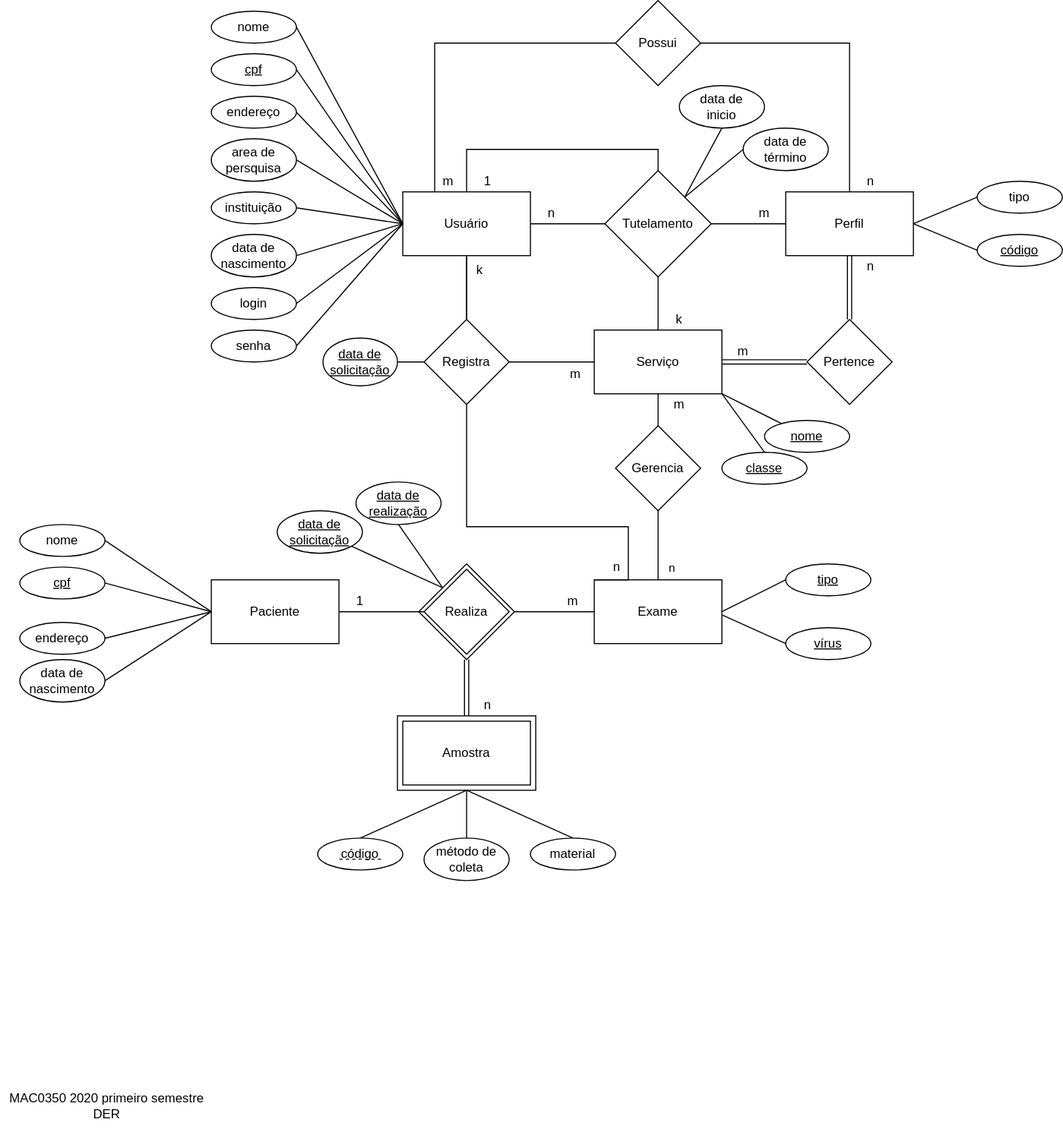
Earlier version of the draw.io export model/modelo-conceitual.svg (rodorgas/labjef). Source tidied: cells renumbered, new cells last; positions are measured from the earlier drawing's top-left corner, leaving out a move shared by most shapes.
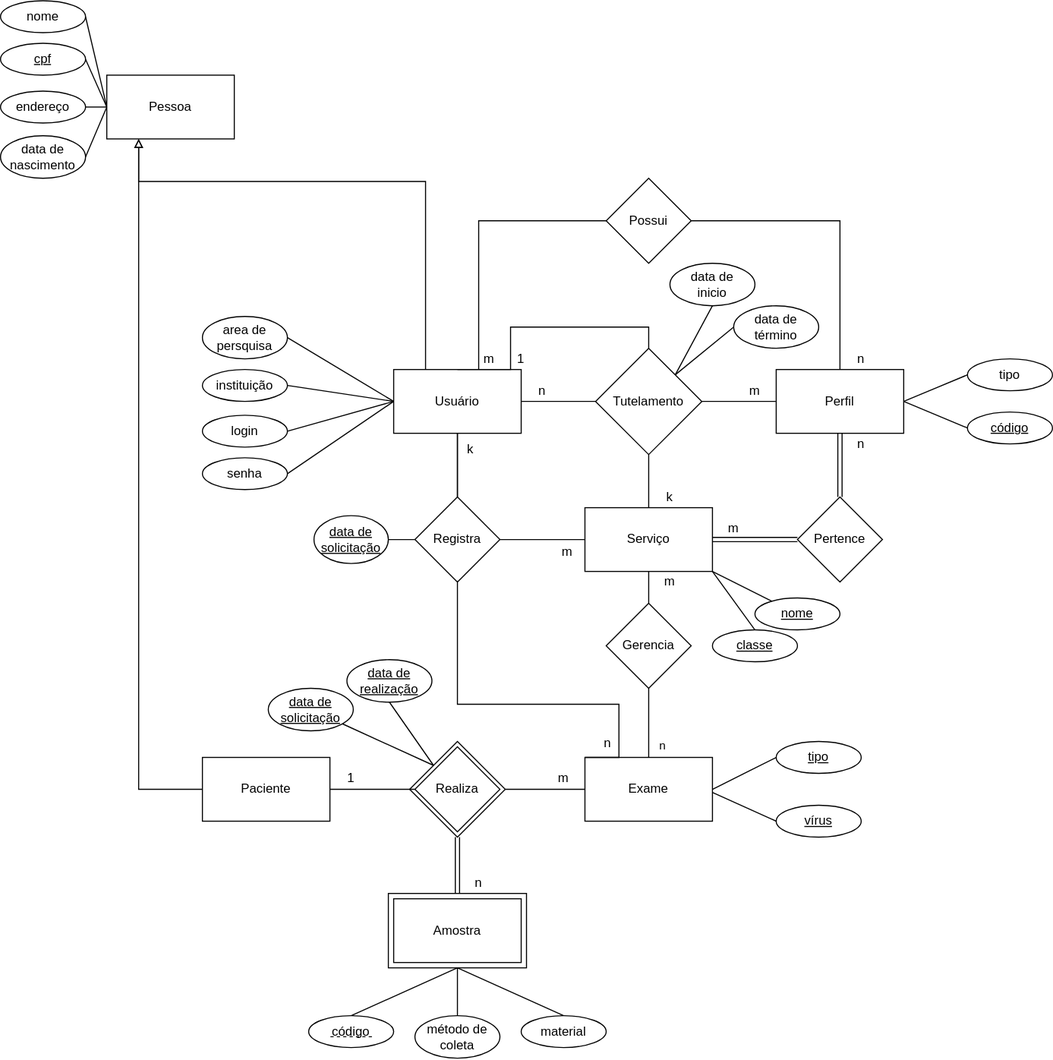
The same file after the commit.

Diff of the diagram source:
```diff
@@ -18,8 +18,21 @@
       <mxGeometry relative="1" as="geometry" />
     </mxCell>
     <mxCell id="7" style="edgeStyle=orthogonalEdgeStyle;rounded=0;jettySize=auto;html=1;exitX=0.25;exitY=0;exitDx=0;exitDy=0;entryX=0;entryY=0.5;entryDx=0;entryDy=0;endArrow=none;endFill=0;" parent="1" edge="1" source="8" target="22">
-      <mxGeometry relative="1" as="geometry" />
+      <mxGeometry relative="1" as="geometry">
+        <Array as="points">
+          <mxPoint x="458" y="180" />
+          <mxPoint x="458" y="40" />
+        </Array>
+      </mxGeometry>
     </mxCell>
+    <mxCell id="103" style="edgeStyle=orthogonalEdgeStyle;rounded=0;jettySize=auto;html=1;exitX=0.25;exitY=0;exitDx=0;exitDy=0;entryX=0.25;entryY=1;entryDx=0;entryDy=0;startArrow=none;startFill=0;endArrow=block;endFill=0;" parent="1" edge="1" source="8" target="113">
+      <mxGeometry relative="1" as="geometry">
+        <Array as="points">
+          <mxPoint x="408" y="3" />
+          <mxPoint x="138" y="3" />
+        </Array>
+      </mxGeometry>
+    </mxCell>
     <mxCell id="8" value="Usuário" style="rounded=0;whiteSpace=wrap;html=1;" parent="1" vertex="1">
       <mxGeometry x="378" y="180" width="120" height="60" as="geometry" />
     </mxCell>
@@ -44,7 +57,13 @@
       <mxGeometry relative="1" as="geometry" />
     </mxCell>
     <mxCell id="14" style="edgeStyle=orthogonalEdgeStyle;rounded=0;jettySize=auto;html=1;exitX=0.5;exitY=0;exitDx=0;exitDy=0;entryX=0.5;entryY=0;entryDx=0;entryDy=0;endArrow=none;endFill=0;" parent="1" edge="1" source="16" target="8">
-      <mxGeometry relative="1" as="geometry" />
+      <mxGeometry relative="1" as="geometry">
+        <Array as="points">
+          <mxPoint x="618" y="140" />
+          <mxPoint x="488" y="140" />
+          <mxPoint x="488" y="180" />
+        </Array>
+      </mxGeometry>
     </mxCell>
     <mxCell id="15" style="edgeStyle=none;rounded=0;jettySize=auto;html=1;exitX=1;exitY=0;exitDx=0;exitDy=0;entryX=0;entryY=0.5;entryDx=0;entryDy=0;endArrow=none;endFill=0;" parent="1" edge="1" source="16" target="82">
       <mxGeometry relative="1" as="geometry" />
@@ -62,7 +81,7 @@
       <mxGeometry x="618" y="290" width="40" height="20" as="geometry" />
     </mxCell>
     <mxCell id="20" value="1" style="text;html=1;strokeColor=none;fillColor=none;align=center;verticalAlign=middle;whiteSpace=wrap;rounded=0;" parent="1" vertex="1">
-      <mxGeometry x="438" y="160" width="40" height="20" as="geometry" />
+      <mxGeometry x="478" y="160" width="40" height="20" as="geometry" />
     </mxCell>
     <mxCell id="21" style="edgeStyle=orthogonalEdgeStyle;rounded=0;jettySize=auto;html=1;exitX=1;exitY=0.5;exitDx=0;exitDy=0;entryX=0.5;entryY=0;entryDx=0;entryDy=0;endArrow=none;endFill=0;" parent="1" edge="1" source="22" target="9">
       <mxGeometry relative="1" as="geometry" />
@@ -71,7 +90,7 @@
       <mxGeometry x="578" width="80" height="80" as="geometry" />
     </mxCell>
     <mxCell id="23" value="m" style="text;html=1;strokeColor=none;fillColor=none;align=center;verticalAlign=middle;whiteSpace=wrap;rounded=0;" parent="1" vertex="1">
-      <mxGeometry x="401" y="160" width="40" height="20" as="geometry" />
+      <mxGeometry x="448" y="160" width="40" height="20" as="geometry" />
     </mxCell>
     <mxCell id="24" value="n" style="text;html=1;strokeColor=none;fillColor=none;align=center;verticalAlign=middle;whiteSpace=wrap;rounded=0;" parent="1" vertex="1">
       <mxGeometry x="798" y="160" width="40" height="20" as="geometry" />
@@ -88,6 +107,9 @@
     <mxCell id="28" style="edgeStyle=orthogonalEdgeStyle;rounded=0;jettySize=auto;html=1;exitX=1;exitY=0.5;exitDx=0;exitDy=0;entryX=0;entryY=0.5;entryDx=0;entryDy=0;endArrow=none;endFill=0;" parent="1" edge="1" source="29" target="33">
       <mxGeometry relative="1" as="geometry" />
     </mxCell>
+    <mxCell id="104" style="edgeStyle=orthogonalEdgeStyle;rounded=0;jettySize=auto;html=1;exitX=0;exitY=0.5;exitDx=0;exitDy=0;entryX=0.25;entryY=1;entryDx=0;entryDy=0;startArrow=none;startFill=0;endArrow=block;endFill=0;" parent="1" edge="1" source="29" target="113">
+      <mxGeometry relative="1" as="geometry" />
+    </mxCell>
     <mxCell id="29" value="Paciente" style="rounded=0;whiteSpace=wrap;html=1;" parent="1" vertex="1">
       <mxGeometry x="198" y="545" width="120" height="60" as="geometry" />
     </mxCell>
@@ -117,24 +139,6 @@
     <mxCell id="37" value="Gerencia" style="rhombus;whiteSpace=wrap;html=1;" parent="1" vertex="1">
       <mxGeometry x="578" y="400" width="80" height="80" as="geometry" />
     </mxCell>
-    <mxCell id="38" style="edgeStyle=none;rounded=0;jettySize=auto;html=1;exitX=1;exitY=0.5;exitDx=0;exitDy=0;entryX=0;entryY=0.5;entryDx=0;entryDy=0;endArrow=none;endFill=0;" parent="1" edge="1" source="39" target="8">
-      <mxGeometry relative="1" as="geometry" />
-    </mxCell>
-    <mxCell id="39" value="nome" style="ellipse;whiteSpace=wrap;html=1;" parent="1" vertex="1">
-      <mxGeometry x="198" y="10" width="80" height="30" as="geometry" />
-    </mxCell>
-    <mxCell id="40" style="rounded=0;jettySize=auto;html=1;entryX=0;entryY=0.5;entryDx=0;entryDy=0;endArrow=none;endFill=0;exitX=1;exitY=0.5;exitDx=0;exitDy=0;" parent="1" edge="1" source="41" target="8">
-      <mxGeometry relative="1" as="geometry" />
-    </mxCell>
-    <mxCell id="41" value="&lt;u&gt;cpf&lt;/u&gt;" style="ellipse;whiteSpace=wrap;html=1;" parent="1" vertex="1">
-      <mxGeometry x="198" y="50" width="80" height="30" as="geometry" />
-    </mxCell>
-    <mxCell id="42" style="edgeStyle=none;rounded=0;jettySize=auto;html=1;exitX=1;exitY=0.5;exitDx=0;exitDy=0;entryX=0;entryY=0.5;entryDx=0;entryDy=0;endArrow=none;endFill=0;" parent="1" edge="1" source="43" target="8">
-      <mxGeometry relative="1" as="geometry" />
-    </mxCell>
-    <mxCell id="43" value="endereço" style="ellipse;whiteSpace=wrap;html=1;" parent="1" vertex="1">
-      <mxGeometry x="198" y="90" width="80" height="30" as="geometry" />
-    </mxCell>
     <mxCell id="44" style="edgeStyle=none;rounded=0;jettySize=auto;html=1;exitX=1;exitY=0.5;exitDx=0;exitDy=0;endArrow=none;endFill=0;" parent="1" edge="1" source="45">
       <mxGeometry relative="1" as="geometry">
         <mxPoint x="378" y="210" as="targetPoint" />
@@ -151,27 +155,19 @@
     <mxCell id="47" value="instituição" style="ellipse;whiteSpace=wrap;html=1;" parent="1" vertex="1">
       <mxGeometry x="198" y="180" width="80" height="30" as="geometry" />
     </mxCell>
-    <mxCell id="48" style="edgeStyle=none;rounded=0;jettySize=auto;html=1;exitX=1;exitY=0.5;exitDx=0;exitDy=0;endArrow=none;endFill=0;" parent="1" edge="1" source="49">
-      <mxGeometry relative="1" as="geometry">
-        <mxPoint x="378" y="210" as="targetPoint" />
-      </mxGeometry>
-    </mxCell>
-    <mxCell id="49" value="data de&lt;br&gt;nascimento" style="ellipse;whiteSpace=wrap;html=1;" parent="1" vertex="1">
-      <mxGeometry x="198" y="220" width="80" height="40" as="geometry" />
-    </mxCell>
     <mxCell id="50" style="edgeStyle=none;rounded=0;jettySize=auto;html=1;exitX=1;exitY=0.5;exitDx=0;exitDy=0;endArrow=none;endFill=0;" parent="1" edge="1" source="51">
       <mxGeometry relative="1" as="geometry">
         <mxPoint x="378" y="210" as="targetPoint" />
       </mxGeometry>
     </mxCell>
     <mxCell id="51" value="login" style="ellipse;whiteSpace=wrap;html=1;" parent="1" vertex="1">
-      <mxGeometry x="198" y="270" width="80" height="30" as="geometry" />
+      <mxGeometry x="198" y="223" width="80" height="30" as="geometry" />
     </mxCell>
     <mxCell id="52" style="edgeStyle=none;rounded=0;jettySize=auto;html=1;exitX=1;exitY=0.5;exitDx=0;exitDy=0;entryX=0;entryY=0.5;entryDx=0;entryDy=0;endArrow=none;endFill=0;" parent="1" edge="1" source="53" target="8">
       <mxGeometry relative="1" as="geometry" />
     </mxCell>
     <mxCell id="53" value="senha" style="ellipse;whiteSpace=wrap;html=1;" parent="1" vertex="1">
-      <mxGeometry x="198" y="310" width="80" height="30" as="geometry" />
+      <mxGeometry x="198" y="263" width="80" height="30" as="geometry" />
     </mxCell>
     <mxCell id="54" style="edgeStyle=none;rounded=0;jettySize=auto;html=1;exitX=0;exitY=0.5;exitDx=0;exitDy=0;endArrow=none;endFill=0;" parent="1" edge="1" source="55">
       <mxGeometry relative="1" as="geometry">
@@ -213,30 +209,6 @@
     <mxCell id="65" value="&lt;u&gt;vírus&lt;/u&gt;" style="ellipse;whiteSpace=wrap;html=1;" parent="1" vertex="1">
       <mxGeometry x="738" y="590" width="80" height="30" as="geometry" />
     </mxCell>
-    <mxCell id="66" style="edgeStyle=none;rounded=0;jettySize=auto;html=1;exitX=1;exitY=0.5;exitDx=0;exitDy=0;entryX=0;entryY=0.5;entryDx=0;entryDy=0;endArrow=none;endFill=0;" parent="1" edge="1" source="67" target="29">
-      <mxGeometry relative="1" as="geometry" />
-    </mxCell>
-    <mxCell id="67" value="nome" style="ellipse;whiteSpace=wrap;html=1;" parent="1" vertex="1">
-      <mxGeometry x="18" y="493" width="80" height="30" as="geometry" />
-    </mxCell>
-    <mxCell id="68" style="edgeStyle=none;rounded=0;jettySize=auto;html=1;exitX=1;exitY=0.5;exitDx=0;exitDy=0;entryX=0;entryY=0.5;entryDx=0;entryDy=0;endArrow=none;endFill=0;" parent="1" edge="1" source="69" target="29">
-      <mxGeometry relative="1" as="geometry" />
-    </mxCell>
-    <mxCell id="69" value="&lt;u&gt;cpf&lt;/u&gt;" style="ellipse;whiteSpace=wrap;html=1;" parent="1" vertex="1">
-      <mxGeometry x="18" y="533" width="80" height="30" as="geometry" />
-    </mxCell>
-    <mxCell id="70" style="edgeStyle=none;rounded=0;jettySize=auto;html=1;exitX=1;exitY=0.5;exitDx=0;exitDy=0;entryX=0;entryY=0.5;entryDx=0;entryDy=0;endArrow=none;endFill=0;" parent="1" edge="1" source="71" target="29">
-      <mxGeometry relative="1" as="geometry" />
-    </mxCell>
-    <mxCell id="71" value="endereço" style="ellipse;whiteSpace=wrap;html=1;" parent="1" vertex="1">
-      <mxGeometry x="18" y="585" width="80" height="30" as="geometry" />
-    </mxCell>
-    <mxCell id="72" style="edgeStyle=none;rounded=0;jettySize=auto;html=1;exitX=1;exitY=0.5;exitDx=0;exitDy=0;entryX=0;entryY=0.5;entryDx=0;entryDy=0;endArrow=none;endFill=0;" parent="1" edge="1" source="73" target="29">
-      <mxGeometry relative="1" as="geometry" />
-    </mxCell>
-    <mxCell id="73" value="data de&lt;br&gt;nascimento" style="ellipse;whiteSpace=wrap;html=1;" parent="1" vertex="1">
-      <mxGeometry x="18" y="620" width="80" height="40" as="geometry" />
-    </mxCell>
     <mxCell id="74" style="edgeStyle=none;rounded=0;jettySize=auto;html=1;exitX=0.5;exitY=0;exitDx=0;exitDy=0;entryX=0.5;entryY=1;entryDx=0;entryDy=0;endArrow=none;endFill=0;" parent="1" edge="1" target="4">
       <mxGeometry relative="1" as="geometry">
         <mxPoint x="338" y="788" as="sourcePoint" />
@@ -290,9 +262,6 @@
     <mxCell id="89" style="shape=link;html=1;entryX=0;entryY=0;entryDx=0;entryDy=0;exitX=0.5;exitY=0;exitDx=0;exitDy=0;" parent="1" edge="1" source="25" target="27">
       <mxGeometry relative="1" as="geometry" />
     </mxCell>
-    <mxCell id="90" value="&lt;div&gt;MAC0350 2020 primeiro semestre&lt;/div&gt;&lt;div&gt;DER&lt;br&gt;&lt;/div&gt;" style="text;html=1;strokeColor=none;fillColor=none;align=center;verticalAlign=middle;whiteSpace=wrap;rounded=0;" parent="1" vertex="1">
-      <mxGeometry y="1015" width="200" height="49" as="geometry" />
-    </mxCell>
     <mxCell id="91" style="edgeStyle=orthogonalEdgeStyle;rounded=0;jettySize=auto;html=1;endArrow=none;endFill=0;" parent="1" edge="1" source="98" target="8">
       <mxGeometry relative="1" as="geometry" />
     </mxCell>
@@ -341,5 +310,32 @@
     <mxCell id="102" value="&lt;u&gt;data de&lt;br&gt;solicitação&lt;/u&gt;" style="ellipse;whiteSpace=wrap;html=1;" parent="1" vertex="1">
       <mxGeometry x="260" y="480" width="80" height="40" as="geometry" />
     </mxCell>
+    <mxCell id="105" style="edgeStyle=none;rounded=0;jettySize=auto;html=1;exitX=1;exitY=0.5;exitDx=0;exitDy=0;entryX=0;entryY=0.5;entryDx=0;entryDy=0;endArrow=none;endFill=0;" parent="1" edge="1" source="106" target="113">
+      <mxGeometry relative="1" as="geometry" />
+    </mxCell>
+    <mxCell id="106" value="nome" style="ellipse;whiteSpace=wrap;html=1;" parent="1" vertex="1">
+      <mxGeometry x="8" y="-167" width="80" height="30" as="geometry" />
+    </mxCell>
+    <mxCell id="107" style="edgeStyle=none;rounded=0;jettySize=auto;html=1;exitX=1;exitY=0.5;exitDx=0;exitDy=0;entryX=0;entryY=0.5;entryDx=0;entryDy=0;endArrow=none;endFill=0;" parent="1" edge="1" source="108" target="113">
+      <mxGeometry relative="1" as="geometry" />
+    </mxCell>
+    <mxCell id="108" value="&lt;u&gt;cpf&lt;/u&gt;" style="ellipse;whiteSpace=wrap;html=1;" parent="1" vertex="1">
+      <mxGeometry x="8" y="-127" width="80" height="30" as="geometry" />
+    </mxCell>
+    <mxCell id="109" style="edgeStyle=none;rounded=0;jettySize=auto;html=1;exitX=1;exitY=0.5;exitDx=0;exitDy=0;entryX=0;entryY=0.5;entryDx=0;entryDy=0;endArrow=none;endFill=0;" parent="1" edge="1" source="110" target="113">
+      <mxGeometry relative="1" as="geometry" />
+    </mxCell>
+    <mxCell id="110" value="endereço" style="ellipse;whiteSpace=wrap;html=1;" parent="1" vertex="1">
+      <mxGeometry x="8" y="-82" width="80" height="30" as="geometry" />
+    </mxCell>
+    <mxCell id="111" style="edgeStyle=none;rounded=0;jettySize=auto;html=1;exitX=1;exitY=0.5;exitDx=0;exitDy=0;entryX=0;entryY=0.5;entryDx=0;entryDy=0;endArrow=none;endFill=0;" parent="1" edge="1" source="112" target="113">
+      <mxGeometry relative="1" as="geometry" />
+    </mxCell>
+    <mxCell id="112" value="data de&lt;br&gt;nascimento" style="ellipse;whiteSpace=wrap;html=1;" parent="1" vertex="1">
+      <mxGeometry x="8" y="-40" width="80" height="40" as="geometry" />
+    </mxCell>
+    <mxCell id="113" value="Pessoa" style="rounded=0;whiteSpace=wrap;html=1;" parent="1" vertex="1">
+      <mxGeometry x="108" y="-97" width="120" height="60" as="geometry" />
+    </mxCell>
   </root>
 </mxGraphModel>
```
